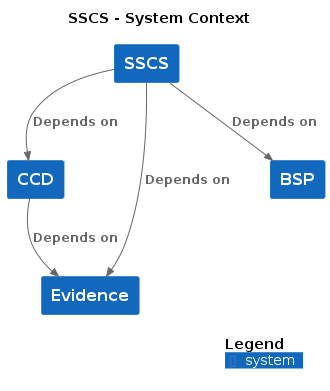
hmcts/cnp-api-docs keeps this PlantUML diagram as docs/c4/sscs/images/structurizr-sscs-context.png. Above is the earlier version. Its diagram source:
```plantuml
@startuml
title SSCS - System Context

top to bottom direction

!include https://raw.githubusercontent.com/plantuml-stdlib/C4-PlantUML/master/C4.puml
!include https://raw.githubusercontent.com/plantuml-stdlib/C4-PlantUML/master/C4_Context.puml

System(CCD, "CCD", "", $tags="")
System(Evidence, "Evidence", "", $tags="")
System(BSP, "BSP", "", $tags="")
System(SSCS, "SSCS", "", $tags="")

Rel_D(CCD, Evidence, "Depends on", $tags="")
Rel_D(SSCS, CCD, "Depends on", $tags="")
Rel_D(SSCS, Evidence, "Depends on", $tags="")
Rel_D(SSCS, BSP, "Depends on", $tags="")

SHOW_DYNAMIC_LEGEND()
@enduml
```
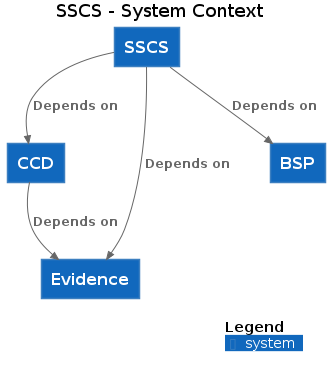
After the commit.

Change to the diagram source:
```diff
@@ -3,18 +3,18 @@
 
 top to bottom direction
 
-!include https://raw.githubusercontent.com/plantuml-stdlib/C4-PlantUML/master/C4.puml
-!include https://raw.githubusercontent.com/plantuml-stdlib/C4-PlantUML/master/C4_Context.puml
+!includeurl https://raw.githubusercontent.com/plantuml-stdlib/C4-PlantUML/master/C4.puml
+!includeurl https://raw.githubusercontent.com/plantuml-stdlib/C4-PlantUML/master/C4_Context.puml
 
-System(CCD, "CCD", "", $tags="")
-System(Evidence, "Evidence", "", $tags="")
-System(BSP, "BSP", "", $tags="")
-System(SSCS, "SSCS", "", $tags="")
+System(CCD, "CCD", "")
+System(Evidence, "Evidence", "")
+System(BSP, "BSP", "")
+System(SSCS, "SSCS", "")
 
-Rel_D(CCD, Evidence, "Depends on", $tags="")
-Rel_D(SSCS, CCD, "Depends on", $tags="")
-Rel_D(SSCS, Evidence, "Depends on", $tags="")
-Rel_D(SSCS, BSP, "Depends on", $tags="")
+Rel_D(CCD, Evidence, "Depends on")
+Rel_D(SSCS, CCD, "Depends on")
+Rel_D(SSCS, Evidence, "Depends on")
+Rel_D(SSCS, BSP, "Depends on")
 
 SHOW_DYNAMIC_LEGEND()
 @enduml
```
